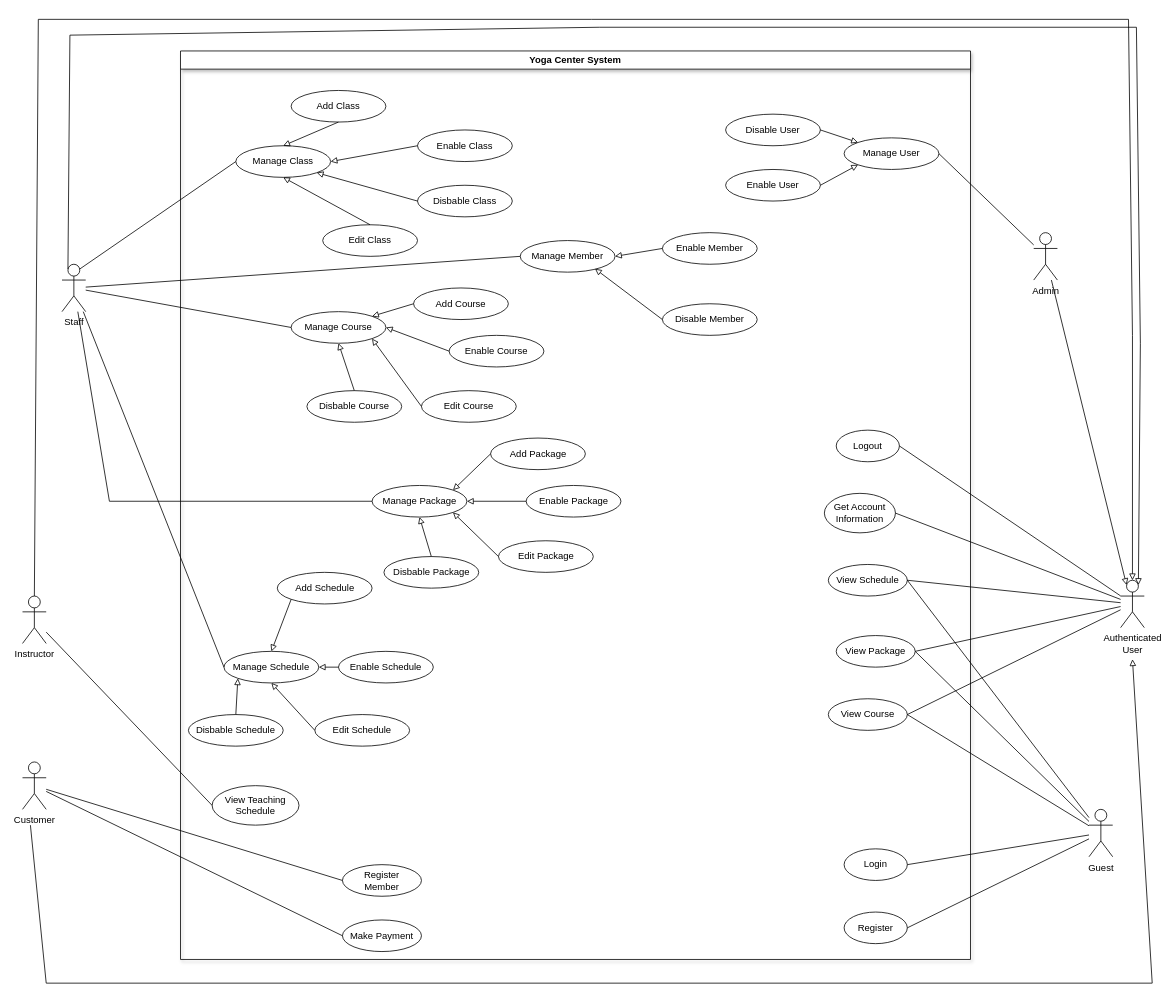
Before: page "SWR1" (4 of 5) of Untitled Diagram.drawio in minhng-178/web-starter-projects, a draw.io diagram. Source tidied: cells renumbered, new cells numbered last; positions are measured from the earlier drawing's top-left corner, leaving out a move shared by most shapes. Both pictures are drawn from the tidied source at 79%, with x=0, y=0 at pixel (22, 19).
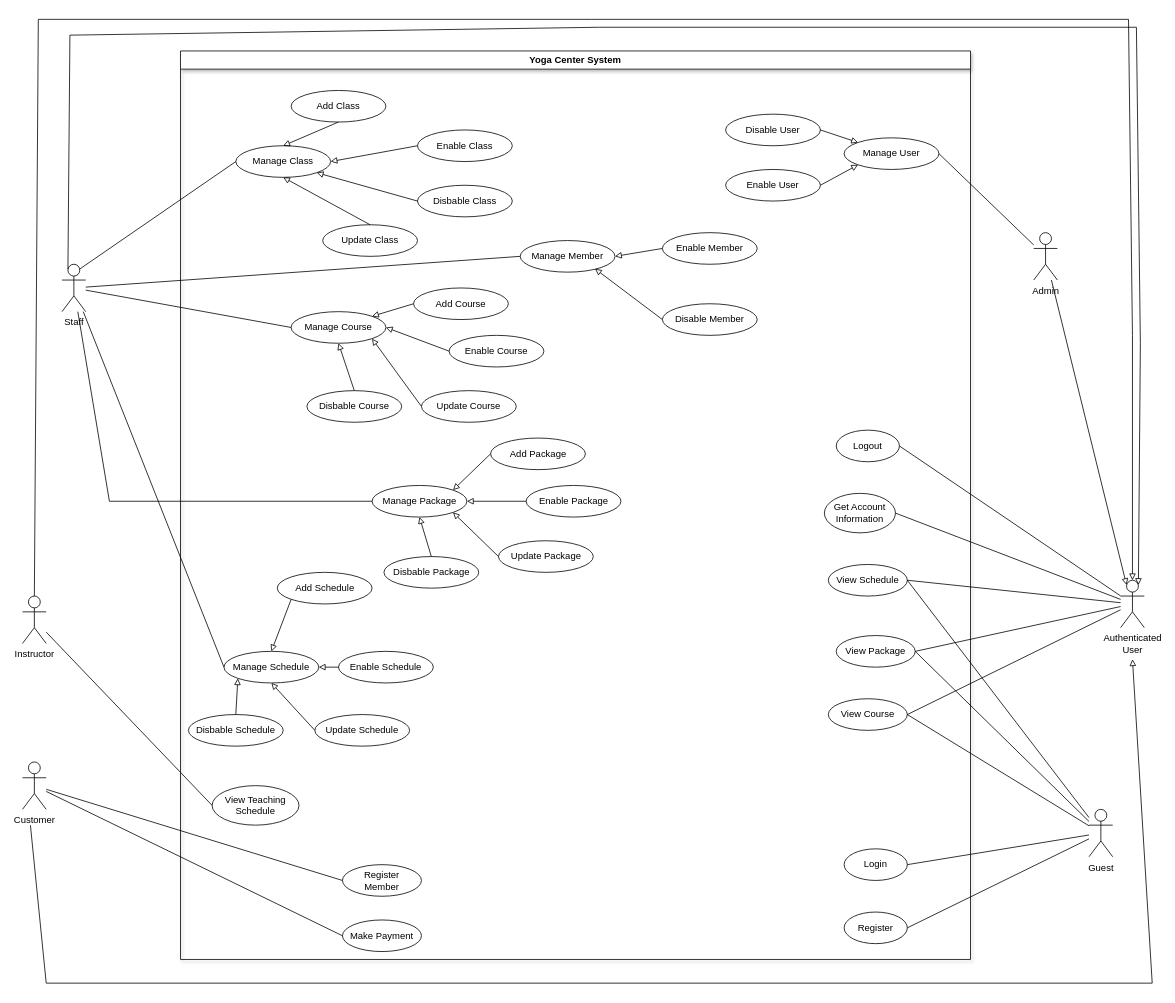
The same diagram, later.

The change refers to these unchanged cells:
```xml
<mxCell id="2" value="Yoga Center System" style="swimlane;whiteSpace=wrap;html=1;shadow=1;fontStyle=1;" parent="1" vertex="1">
  <mxGeometry x="200" y="40" width="1000" height="1150" as="geometry" />
</mxCell>
```

The edit, as a diff of the source:
```diff
@@
-    <mxCell id="23" value="Edit Course" style="ellipse;whiteSpace=wrap;html=1;" parent="2" vertex="1">
+    <mxCell id="23" value="Update Course" style="ellipse;whiteSpace=wrap;html=1;" parent="2" vertex="1">
       <mxGeometry x="305" y="430" width="120" height="40" as="geometry" />
     </mxCell>
@@
-    <mxCell id="32" value="Edit Class" style="ellipse;whiteSpace=wrap;html=1;" parent="2" vertex="1">
+    <mxCell id="32" value="Update Class" style="ellipse;whiteSpace=wrap;html=1;" parent="2" vertex="1">
       <mxGeometry x="180" y="220" width="120" height="40" as="geometry" />
     </mxCell>
@@
-    <mxCell id="37" value="Edit Schedule" style="ellipse;whiteSpace=wrap;html=1;" parent="2" vertex="1">
+    <mxCell id="37" value="Update Schedule" style="ellipse;whiteSpace=wrap;html=1;" parent="2" vertex="1">
       <mxGeometry x="170" y="840" width="120" height="40" as="geometry" />
     </mxCell>
@@
-    <mxCell id="51" value="Edit Package" style="ellipse;whiteSpace=wrap;html=1;" parent="2" vertex="1">
+    <mxCell id="51" value="Update Package" style="ellipse;whiteSpace=wrap;html=1;" parent="2" vertex="1">
       <mxGeometry x="402.5" y="620" width="120" height="40" as="geometry" />
     </mxCell>
```
